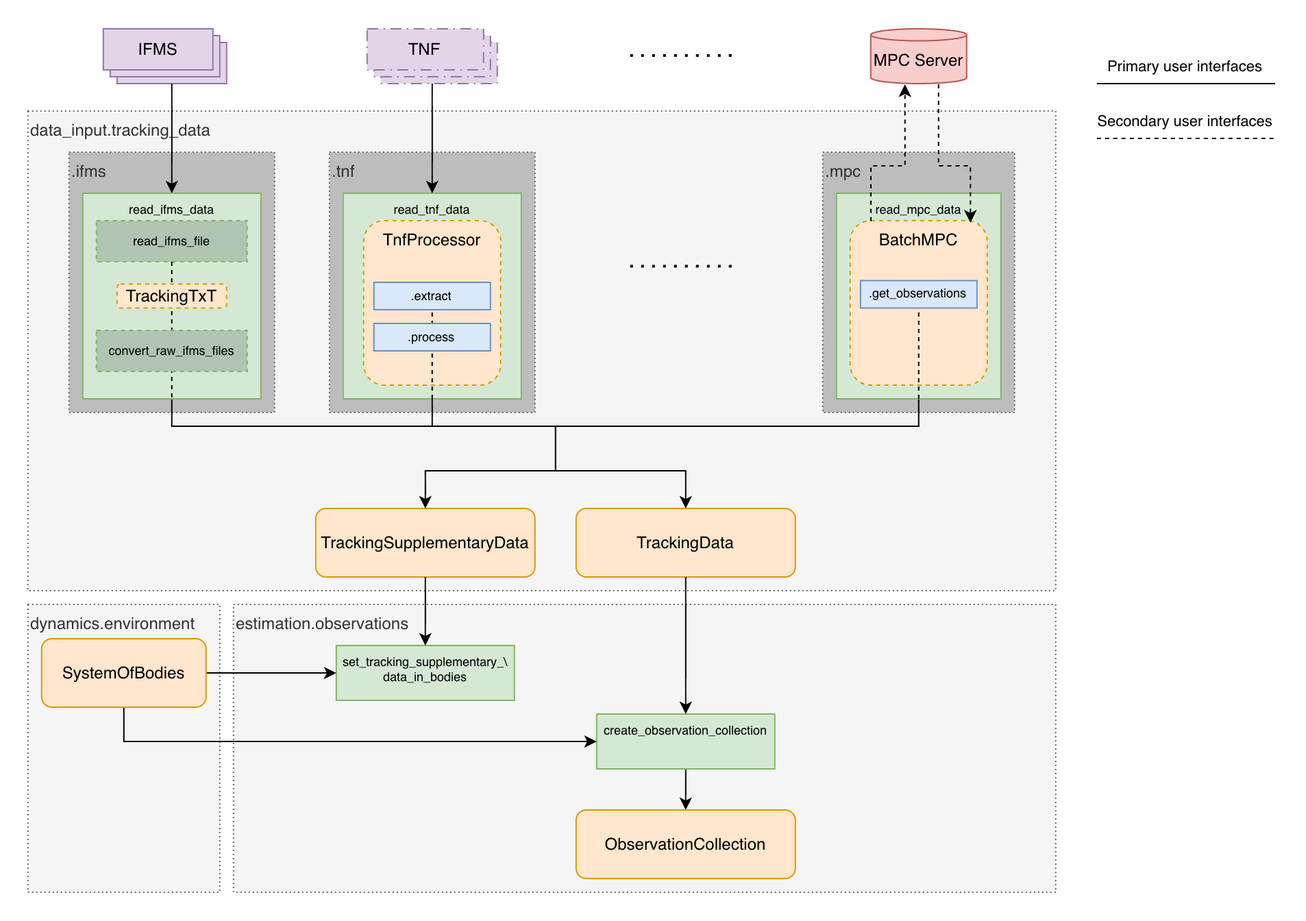
The draw.io diagram docs/source/user-guide/state-estimation/observation-simulation/creating-observations/_static/tracking_data_interface.png in tudat-team/tudat-space, before a commit. Source tidied: cells renumbered, new cells last; positions are measured from the earlier drawing's top-left corner, leaving out a move shared by most shapes. The source it was exported from:
```xml
<mxGraphModel>
  <root>
    <mxCell id="0" />
    <mxCell id="1" parent="0" />
    <mxCell id="2" value="dynamics.environment" style="rounded=0;whiteSpace=wrap;html=1;fillColor=#f5f5f5;dashed=1;dashPattern=1 2;align=left;verticalAlign=top;fontColor=#333333;strokeColor=#666666;" parent="1" vertex="1">
      <mxGeometry y="420" width="140" height="210" as="geometry" />
    </mxCell>
    <mxCell id="3" value="data_input.tracking_data" style="rounded=0;whiteSpace=wrap;html=1;fillColor=#f5f5f5;dashed=1;dashPattern=1 2;align=left;verticalAlign=top;strokeColor=#666666;fontColor=#333333;" parent="1" vertex="1">
      <mxGeometry y="60" width="750" height="350" as="geometry" />
    </mxCell>
    <mxCell id="4" value=".ifms" style="rounded=0;whiteSpace=wrap;html=1;fillColor=#BDBDBD;dashed=1;dashPattern=1 2;align=left;verticalAlign=top;fontColor=#333333;strokeColor=#666666;" parent="1" vertex="1">
      <mxGeometry x="30" y="90" width="150" height="190" as="geometry" />
    </mxCell>
    <mxCell id="5" value=".mpc" style="rounded=0;whiteSpace=wrap;html=1;fillColor=#BDBDBD;dashed=1;dashPattern=1 2;align=left;verticalAlign=top;fontColor=#333333;strokeColor=#666666;" parent="1" vertex="1">
      <mxGeometry x="580" y="90" width="140" height="190" as="geometry" />
    </mxCell>
    <mxCell id="6" value="estimation.observations" style="rounded=0;whiteSpace=wrap;html=1;fillColor=#f5f5f5;dashed=1;dashPattern=1 2;align=left;verticalAlign=top;fontColor=#333333;strokeColor=#666666;" parent="1" vertex="1">
      <mxGeometry x="150" y="420" width="600" height="210" as="geometry" />
    </mxCell>
    <mxCell id="7" style="edgeStyle=orthogonalEdgeStyle;rounded=0;jettySize=auto;html=1;exitX=0.5;exitY=1;exitDx=0;exitDy=0;entryX=0.5;entryY=0;entryDx=0;entryDy=0;" parent="1" edge="1" source="28" target="11">
      <mxGeometry relative="1" as="geometry" />
    </mxCell>
    <mxCell id="8" value="TrackingSupplementaryData" style="rounded=1;whiteSpace=wrap;html=1;fillColor=#ffe6cc;strokeColor=#d79b00;" parent="1" vertex="1">
      <mxGeometry x="210" y="350" width="160" height="50" as="geometry" />
    </mxCell>
    <mxCell id="9" style="endArrow=none;html=1;rounded=0;exitX=0.5;exitY=1;exitDx=0;exitDy=0;edgeStyle=orthogonalEdgeStyle;entryX=0;entryY=0.5;entryDx=0;entryDy=0;entryPerimeter=0;endFill=0;" parent="1" edge="1" source="20" target="15">
      <mxGeometry relative="1" as="geometry">
        <Array as="points">
          <mxPoint x="640" y="290" />
          <mxPoint x="295" y="290" />
        </Array>
      </mxGeometry>
    </mxCell>
    <mxCell id="10" style="edgeStyle=elbowEdgeStyle;elbow=vertical;endArrow=none;html=1;curved=0;rounded=0;endSize=8;startSize=8;exitX=0.5;exitY=1;exitDx=0;exitDy=0;entryX=0;entryY=0.5;entryDx=0;entryDy=0;entryPerimeter=0;endFill=0;" parent="1" edge="1" source="19" target="15">
      <mxGeometry relative="1" as="geometry">
        <Array as="points">
          <mxPoint x="200" y="290" />
        </Array>
      </mxGeometry>
    </mxCell>
    <mxCell id="11" value="ObservationCollection" style="rounded=1;whiteSpace=wrap;html=1;fillColor=#ffe6cc;strokeColor=#d79b00;" parent="1" vertex="1">
      <mxGeometry x="400" y="570" width="160" height="50" as="geometry" />
    </mxCell>
    <mxCell id="12" value="IFMS" style="whiteSpace=wrap;html=1;shape=mxgraph.basic.layered_rect;dx=10;outlineConnect=0;boundedLbl=1;fillColor=#e1d5e7;strokeColor=#9673a6;" parent="1" vertex="1">
      <mxGeometry x="55" width="90" height="40" as="geometry" />
    </mxCell>
    <mxCell id="13" value="TrackingData" style="rounded=1;whiteSpace=wrap;html=1;fillColor=#ffe6cc;strokeColor=#d79b00;" parent="1" vertex="1">
      <mxGeometry x="400" y="350" width="160" height="50" as="geometry" />
    </mxCell>
    <mxCell id="14" style="group;" parent="1" vertex="1">
      <mxGeometry x="280" y="215" width="70" height="202.5" as="geometry" />
    </mxCell>
    <mxCell id="15" style="strokeWidth=1;html=1;shape=mxgraph.flowchart.annotation_2;align=left;labelPosition=right;rotation=90;" parent="14" vertex="1">
      <mxGeometry x="102.5" y="12.5" width="5" height="190" as="geometry" />
    </mxCell>
    <mxCell id="16" style="endArrow=classic;html=1;rounded=0;exitX=1;exitY=1;exitDx=0;exitDy=0;exitPerimeter=0;entryX=0.5;entryY=0;entryDx=0;entryDy=0;" parent="1" edge="1" source="15" target="8">
      <mxGeometry relative="1" as="geometry" />
    </mxCell>
    <mxCell id="17" style="endArrow=classic;html=1;rounded=0;exitX=1;exitY=0;exitDx=0;exitDy=0;exitPerimeter=0;entryX=0.5;entryY=0;entryDx=0;entryDy=0;" parent="1" edge="1" source="15" target="13">
      <mxGeometry relative="1" as="geometry" />
    </mxCell>
    <mxCell id="18" value="MPC Server" style="shape=cylinder3;whiteSpace=wrap;html=1;boundedLbl=1;backgroundOutline=1;size=4.391304347826136;fillColor=#f8cecc;strokeColor=#b85450;" parent="1" vertex="1">
      <mxGeometry x="615" width="70" height="40" as="geometry" />
    </mxCell>
    <mxCell id="19" value="read_ifms_data" style="rounded=0;whiteSpace=wrap;html=1;fillColor=#d5e8d4;strokeColor=#82b366;fontSize=9;verticalAlign=top;" parent="1" vertex="1">
      <mxGeometry x="40" y="120" width="130" height="150" as="geometry" />
    </mxCell>
    <mxCell id="20" value="read_mpc_data" style="rounded=0;whiteSpace=wrap;html=1;fillColor=#d5e8d4;strokeColor=#82b366;fontSize=9;verticalAlign=top;" parent="1" vertex="1">
      <mxGeometry x="590" y="120" width="120" height="150" as="geometry" />
    </mxCell>
    <mxCell id="21" value="BatchMPC" style="rounded=1;whiteSpace=wrap;html=1;fillColor=#ffe6cc;strokeColor=#d79b00;dashed=1;verticalAlign=top;" parent="1" vertex="1">
      <mxGeometry x="600" y="140" width="100" height="120" as="geometry" />
    </mxCell>
    <mxCell id="22" style="endArrow=classic;html=1;rounded=0;dashed=1;entryX=0.877;entryY=0.012;entryDx=0;entryDy=0;edgeStyle=orthogonalEdgeStyle;entryPerimeter=0;exitX=0.706;exitY=1.012;exitDx=0;exitDy=0;exitPerimeter=0;" parent="1" edge="1" source="18" target="21">
      <mxGeometry relative="1" as="geometry">
        <Array as="points">
          <mxPoint x="664" y="100" />
          <mxPoint x="688" y="100" />
        </Array>
      </mxGeometry>
    </mxCell>
    <mxCell id="23" style="endArrow=classic;html=1;rounded=0;exitX=0.151;exitY=0.003;exitDx=0;exitDy=0;dashed=1;entryX=0.347;entryY=1.012;entryDx=0;entryDy=0;entryPerimeter=0;edgeStyle=orthogonalEdgeStyle;exitPerimeter=0;" parent="1" edge="1" source="21" target="18">
      <mxGeometry relative="1" as="geometry">
        <Array as="points">
          <mxPoint x="615" y="100" />
          <mxPoint x="640" y="100" />
          <mxPoint x="640" y="41" />
        </Array>
      </mxGeometry>
    </mxCell>
    <mxCell id="24" style="endArrow=none;html=1;rounded=0;entryX=0.5;entryY=0;entryDx=0;entryDy=0;exitX=0.5;exitY=1;exitDx=0;exitDy=0;dashed=1;" parent="1" edge="1" source="20" target="49">
      <mxGeometry relative="1" as="geometry" />
    </mxCell>
    <mxCell id="25" value="set_tracking_supplementary_\&lt;div&gt;data_in_bodies&lt;/div&gt;" style="rounded=0;whiteSpace=wrap;html=1;fillColor=#d5e8d4;strokeColor=#82b366;fontSize=9;verticalAlign=top;" parent="1" vertex="1">
      <mxGeometry x="225" y="450" width="130" height="40" as="geometry" />
    </mxCell>
    <mxCell id="26" style="endArrow=classic;html=1;rounded=0;entryX=0.5;entryY=0;entryDx=0;entryDy=0;exitX=0;exitY=0;exitDx=50;exitDy=40;exitPerimeter=0;" parent="1" edge="1" source="12" target="19">
      <mxGeometry relative="1" as="geometry" />
    </mxCell>
    <mxCell id="27" style="edgeStyle=orthogonalEdgeStyle;rounded=0;jettySize=auto;html=1;exitX=0.5;exitY=1;exitDx=0;exitDy=0;entryX=0.5;entryY=0;entryDx=0;entryDy=0;" parent="1" edge="1" source="8" target="25">
      <mxGeometry relative="1" as="geometry" />
    </mxCell>
    <mxCell id="28" value="create_observation_collection" style="rounded=0;whiteSpace=wrap;html=1;fillColor=#d5e8d4;strokeColor=#82b366;fontSize=9;verticalAlign=top;" parent="1" vertex="1">
      <mxGeometry x="415" y="500" width="130" height="40" as="geometry" />
    </mxCell>
    <mxCell id="29" style="edgeStyle=orthogonalEdgeStyle;rounded=0;jettySize=auto;html=1;exitX=0.5;exitY=1;exitDx=0;exitDy=0;entryX=0.5;entryY=0;entryDx=0;entryDy=0;" parent="1" edge="1" source="13" target="28">
      <mxGeometry relative="1" as="geometry" />
    </mxCell>
    <mxCell id="30" style="edgeStyle=orthogonalEdgeStyle;rounded=0;jettySize=auto;html=1;entryX=0;entryY=0.5;entryDx=0;entryDy=0;" parent="1" edge="1" source="32" target="25">
      <mxGeometry relative="1" as="geometry" />
    </mxCell>
    <mxCell id="31" style="edgeStyle=orthogonalEdgeStyle;rounded=0;jettySize=auto;html=1;exitX=0.5;exitY=1;exitDx=0;exitDy=0;entryX=0;entryY=0.5;entryDx=0;entryDy=0;" parent="1" edge="1" source="32" target="28">
      <mxGeometry relative="1" as="geometry" />
    </mxCell>
    <mxCell id="32" value="SystemOfBodies" style="rounded=1;whiteSpace=wrap;html=1;fillColor=#ffe6cc;strokeColor=#d79b00;" parent="1" vertex="1">
      <mxGeometry x="10" y="445" width="120" height="50" as="geometry" />
    </mxCell>
    <mxCell id="33" style="endArrow=none;html=1;rounded=0;endFill=0;" parent="1" edge="1">
      <mxGeometry relative="1" as="geometry">
        <mxPoint x="780" y="40" as="sourcePoint" />
        <mxPoint x="910" y="40" as="targetPoint" />
      </mxGeometry>
    </mxCell>
    <mxCell id="34" value="Primary user interfaces" style="edgeLabel;html=1;align=center;verticalAlign=middle;" parent="33" vertex="1">
      <mxGeometry x="-0.03" y="2" relative="1" as="geometry">
        <mxPoint x="1" y="-11" as="offset" />
      </mxGeometry>
    </mxCell>
    <mxCell id="35" style="endArrow=none;html=1;rounded=0;dashed=1;endFill=0;" parent="1" edge="1">
      <mxGeometry relative="1" as="geometry">
        <mxPoint x="780" y="80" as="sourcePoint" />
        <mxPoint x="910" y="80" as="targetPoint" />
      </mxGeometry>
    </mxCell>
    <mxCell id="36" value="Secondary user interfaces" style="edgeLabel;html=1;align=center;verticalAlign=middle;" parent="35" vertex="1">
      <mxGeometry x="-0.03" y="2" relative="1" as="geometry">
        <mxPoint x="1" y="-11" as="offset" />
      </mxGeometry>
    </mxCell>
    <mxCell id="37" value=".tnf" style="rounded=0;whiteSpace=wrap;html=1;fillColor=#BDBDBD;dashed=1;dashPattern=1 2;align=left;verticalAlign=top;fontColor=#333333;strokeColor=#666666;" parent="1" vertex="1">
      <mxGeometry x="220" y="90" width="150" height="190" as="geometry" />
    </mxCell>
    <mxCell id="38" value="read_tnf_data" style="rounded=0;whiteSpace=wrap;html=1;fillColor=#d5e8d4;strokeColor=#82b366;fontSize=9;align=center;verticalAlign=top;" parent="1" vertex="1">
      <mxGeometry x="230" y="120" width="130" height="150" as="geometry" />
    </mxCell>
    <mxCell id="39" value="TNF" style="whiteSpace=wrap;html=1;shape=mxgraph.basic.layered_rect;dx=10;outlineConnect=0;boundedLbl=1;fillColor=#e1d5e7;strokeColor=#9673a6;dashed=1;dashPattern=8 4 1 4;" parent="1" vertex="1">
      <mxGeometry x="247.5" width="95" height="40" as="geometry" />
    </mxCell>
    <mxCell id="40" style="endArrow=classic;html=1;rounded=0;entryX=0.5;entryY=0;entryDx=0;entryDy=0;" parent="1" edge="1" source="39" target="38">
      <mxGeometry relative="1" as="geometry" />
    </mxCell>
    <mxCell id="41" value="TnfProcessor" style="rounded=1;whiteSpace=wrap;html=1;fillColor=#ffe6cc;strokeColor=#d79b00;dashed=1;verticalAlign=top;" parent="1" vertex="1">
      <mxGeometry x="245" y="140" width="100" height="120" as="geometry" />
    </mxCell>
    <mxCell id="42" style="endArrow=none;html=1;rounded=0;entryX=0.5;entryY=0;entryDx=0;entryDy=0;exitX=0.5;exitY=1;exitDx=0;exitDy=0;dashed=1;" parent="1" edge="1" source="38" target="43">
      <mxGeometry relative="1" as="geometry" />
    </mxCell>
    <mxCell id="43" value=".extract" style="rounded=0;whiteSpace=wrap;html=1;fillColor=#dae8fc;strokeColor=#6c8ebf;align=center;fontSize=9;" parent="1" vertex="1">
      <mxGeometry x="252.5" y="185" width="85" height="20" as="geometry" />
    </mxCell>
    <mxCell id="44" value=".process" style="rounded=0;whiteSpace=wrap;html=1;fillColor=#dae8fc;strokeColor=#6c8ebf;align=center;fontSize=9;" parent="1" vertex="1">
      <mxGeometry x="252.5" y="215" width="85" height="20" as="geometry" />
    </mxCell>
    <mxCell id="45" value="read_ifms_file" style="rounded=0;whiteSpace=wrap;html=1;fillColor=#B1C4B1;strokeColor=#82b366;fontSize=9;dashed=1;" parent="1" vertex="1">
      <mxGeometry x="50" y="140" width="110" height="30" as="geometry" />
    </mxCell>
    <mxCell id="46" style="endArrow=none;html=1;rounded=0;exitX=0.5;exitY=1;exitDx=0;exitDy=0;dashed=1;endFill=0;edgeStyle=orthogonalEdgeStyle;entryX=0.5;entryY=1;entryDx=0;entryDy=0;" parent="1" edge="1" source="45" target="19">
      <mxGeometry relative="1" as="geometry">
        <Array as="points">
          <mxPoint x="105" y="230" />
          <mxPoint x="105" y="230" />
        </Array>
      </mxGeometry>
    </mxCell>
    <mxCell id="47" value="TrackingTxT" style="rounded=1;whiteSpace=wrap;html=1;dashed=1;fillColor=#ffe6cc;strokeColor=#d79b00;" parent="1" vertex="1">
      <mxGeometry x="65" y="186.2" width="80" height="17.5" as="geometry" />
    </mxCell>
    <mxCell id="48" value="convert_raw_ifms_files" style="rounded=0;whiteSpace=wrap;html=1;fillColor=#B1C4B1;strokeColor=#82b366;fontSize=9;dashed=1;" parent="1" vertex="1">
      <mxGeometry x="50" y="220" width="110" height="30" as="geometry" />
    </mxCell>
    <mxCell id="49" value=".get_observations" style="rounded=0;whiteSpace=wrap;html=1;fillColor=#dae8fc;strokeColor=#6c8ebf;align=center;fontSize=9;" parent="1" vertex="1">
      <mxGeometry x="607.5" y="183.8" width="85" height="20" as="geometry" />
    </mxCell>
    <mxCell id="50" style="endArrow=none;html=1;rounded=0;exitX=0.5;exitY=1;exitDx=0;exitDy=0;endFill=0;" parent="1" edge="1">
      <mxGeometry relative="1" as="geometry">
        <mxPoint x="295" y="270" as="sourcePoint" />
        <mxPoint x="295" y="290" as="targetPoint" />
      </mxGeometry>
    </mxCell>
    <mxCell id="51" style="endArrow=none;dashed=1;html=1;dashPattern=1 3;strokeWidth=2;rounded=0;" parent="1" edge="1">
      <mxGeometry relative="1" as="geometry">
        <mxPoint x="440" y="20" as="sourcePoint" />
        <mxPoint x="520" y="20" as="targetPoint" />
      </mxGeometry>
    </mxCell>
    <mxCell id="52" style="endArrow=none;dashed=1;html=1;dashPattern=1 3;strokeWidth=2;rounded=0;" parent="1" edge="1">
      <mxGeometry relative="1" as="geometry">
        <mxPoint x="440" y="173.8" as="sourcePoint" />
        <mxPoint x="520" y="173.8" as="targetPoint" />
      </mxGeometry>
    </mxCell>
  </root>
</mxGraphModel>
```
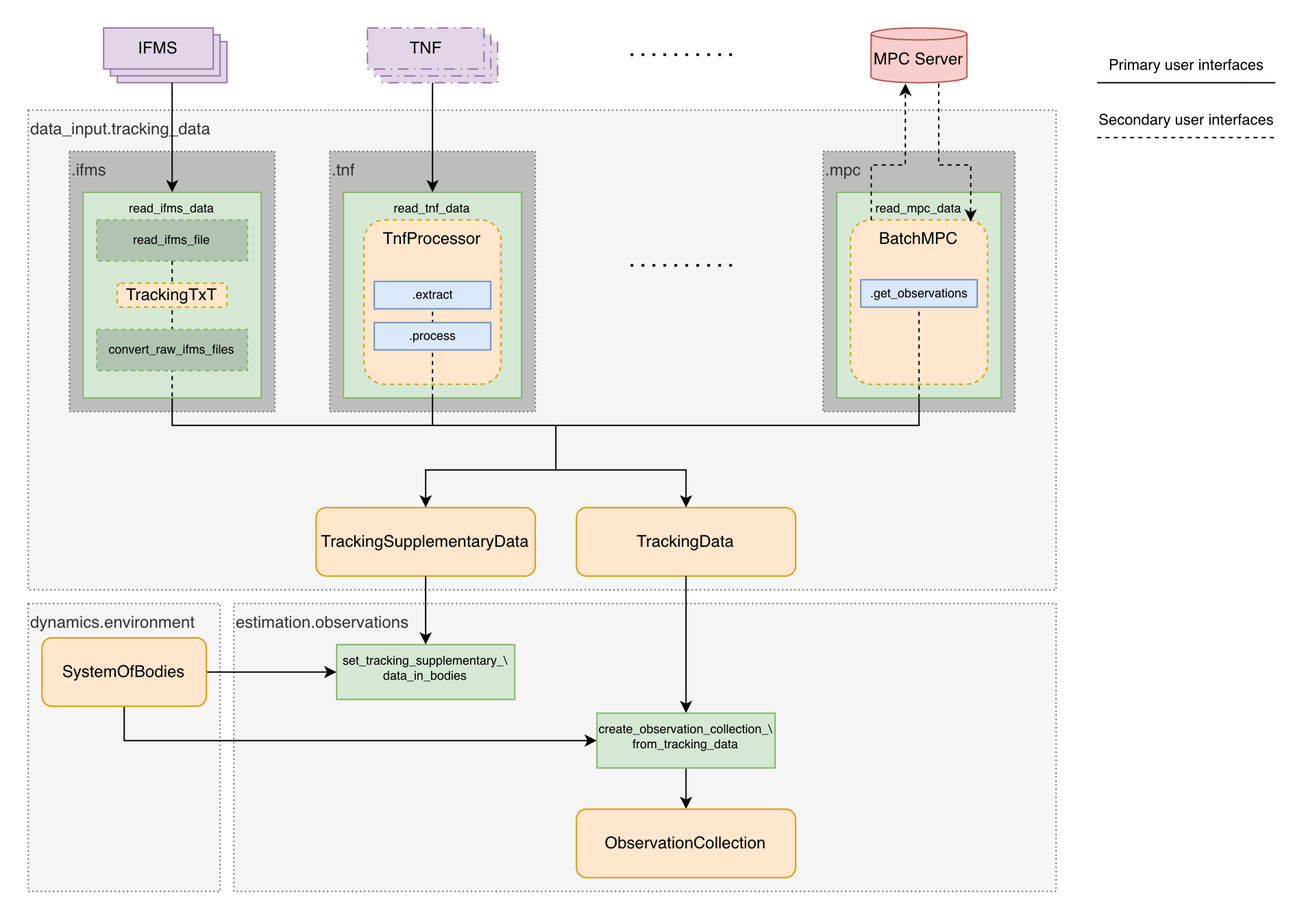
Later version of the same file.

Commit message:
finish tracking data updates

The edit, as a diff of the source:
```diff
@@ -100,7 +100,7 @@
     <mxCell id="27" style="edgeStyle=orthogonalEdgeStyle;rounded=0;jettySize=auto;html=1;exitX=0.5;exitY=1;exitDx=0;exitDy=0;entryX=0.5;entryY=0;entryDx=0;entryDy=0;" parent="1" edge="1" source="8" target="25">
       <mxGeometry relative="1" as="geometry" />
     </mxCell>
-    <mxCell id="28" value="create_observation_collection" style="rounded=0;whiteSpace=wrap;html=1;fillColor=#d5e8d4;strokeColor=#82b366;fontSize=9;verticalAlign=top;" parent="1" vertex="1">
+    <mxCell id="28" value="create_observation_collection_\&lt;br&gt;from_tracking_data" style="rounded=0;whiteSpace=wrap;html=1;fillColor=#d5e8d4;strokeColor=#82b366;fontSize=9;verticalAlign=top;" parent="1" vertex="1">
       <mxGeometry x="415" y="500" width="130" height="40" as="geometry" />
     </mxCell>
     <mxCell id="29" style="edgeStyle=orthogonalEdgeStyle;rounded=0;jettySize=auto;html=1;exitX=0.5;exitY=1;exitDx=0;exitDy=0;entryX=0.5;entryY=0;entryDx=0;entryDy=0;" parent="1" edge="1" source="13" target="28">
```
